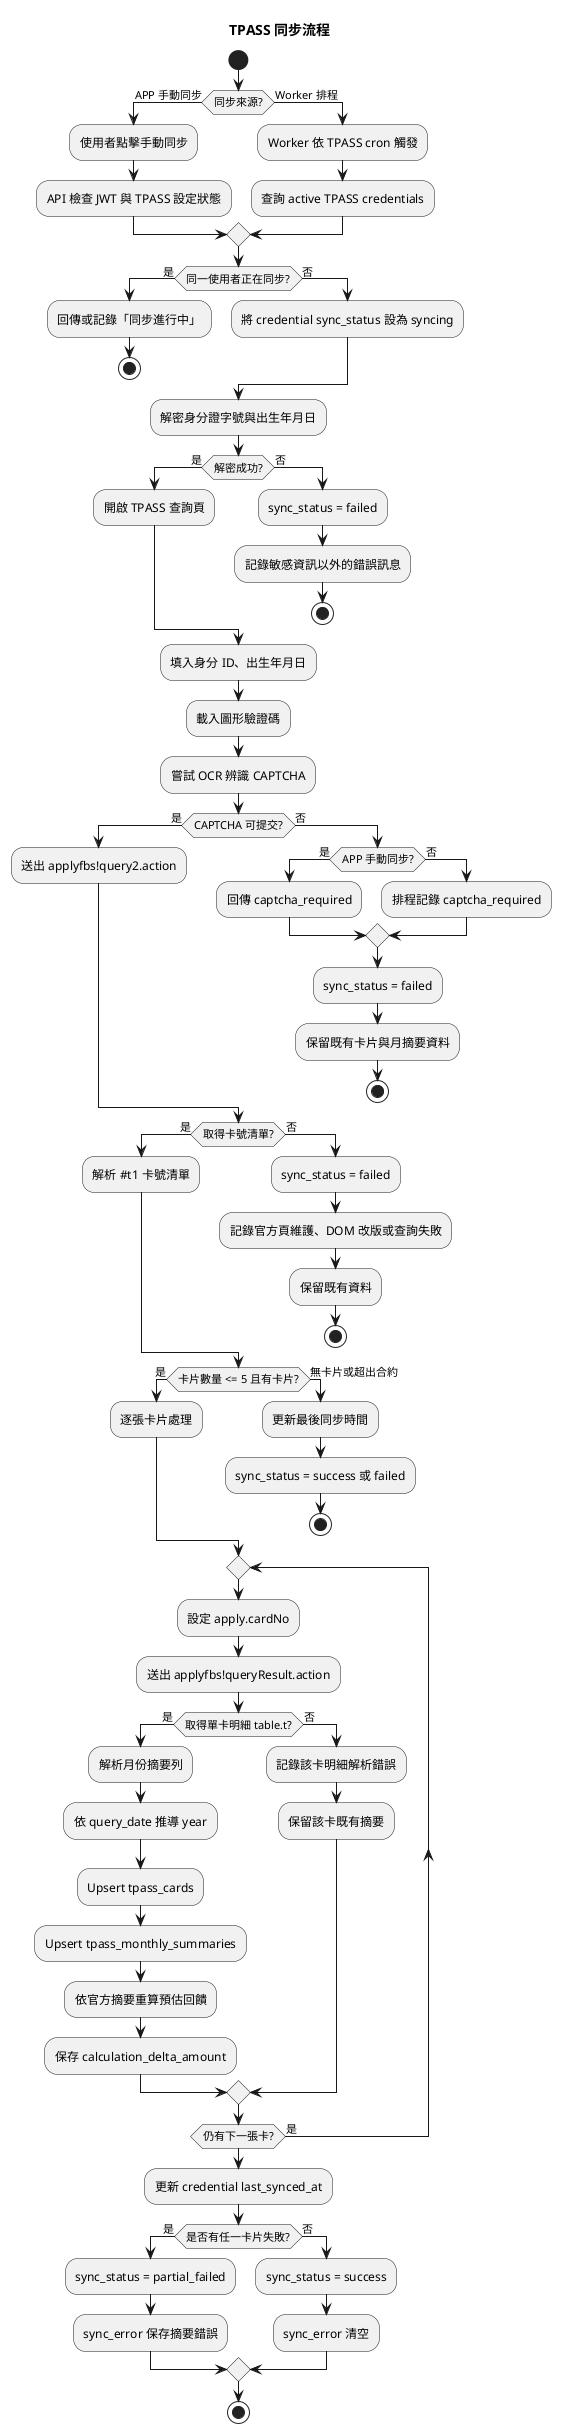
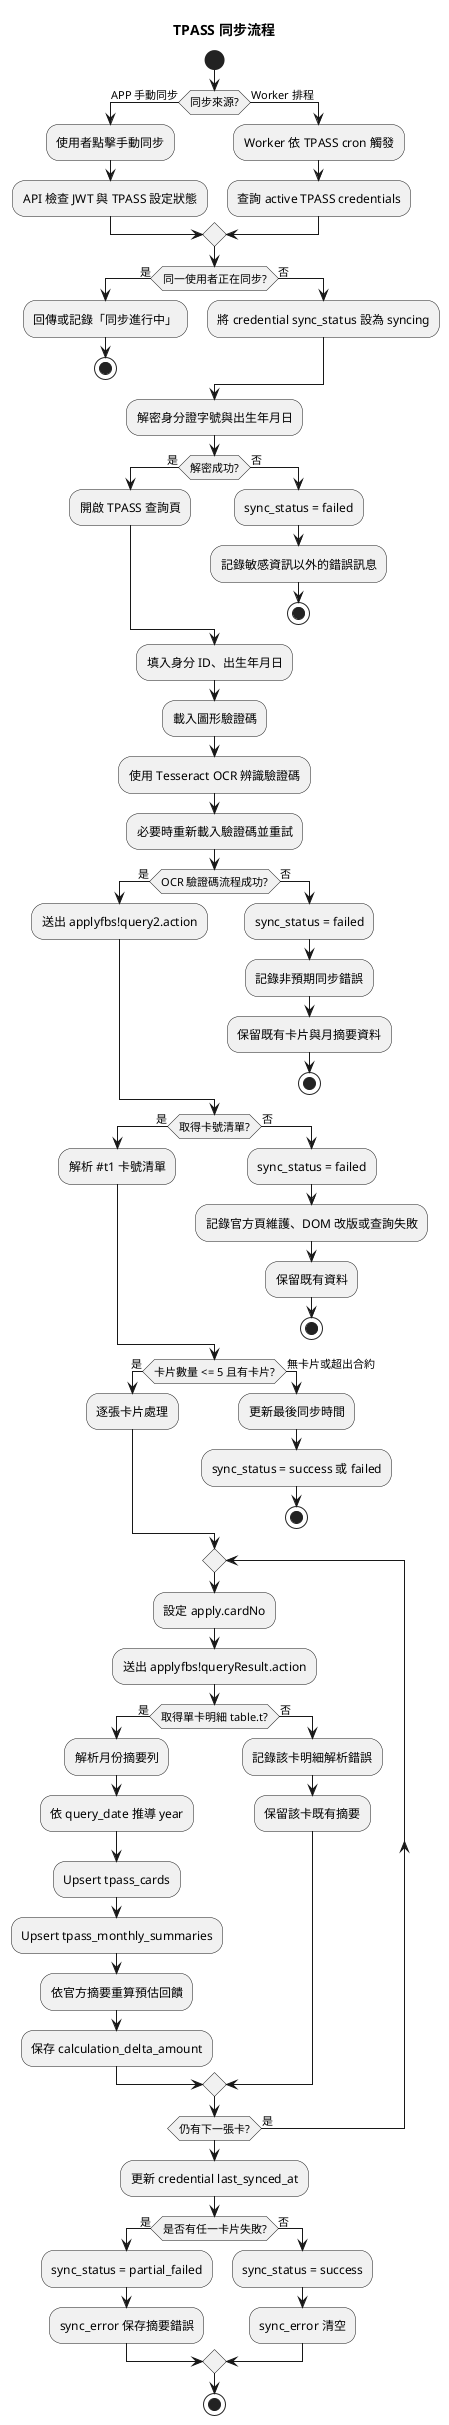
@startuml
title TPASS 同步流程

start

if (同步來源?) then (APP 手動同步)
  :使用者點擊手動同步;
  :API 檢查 JWT 與 TPASS 設定狀態;
else (Worker 排程)
  :Worker 依 TPASS cron 觸發;
  :查詢 active TPASS credentials;
endif

if (同一使用者正在同步?) then (是)
  :回傳或記錄「同步進行中」;
  stop
else (否)
  :將 credential sync_status 設為 syncing;
endif

:解密身分證字號與出生年月日;

if (解密成功?) then (是)
  :開啟 TPASS 查詢頁;
else (否)
  :sync_status = failed;
  :記錄敏感資訊以外的錯誤訊息;
  stop
endif

:填入身分 ID、出生年月日;
:載入圖形驗證碼;
- :嘗試 OCR 辨識 CAPTCHA;
+ :使用 Tesseract OCR 辨識驗證碼;
+ :必要時重新載入驗證碼並重試;

- if (CAPTCHA 可提交?) then (是)
+ if (OCR 驗證碼流程成功?) then (是)
  :送出 applyfbs!query2.action;
else (否)
-   if (APP 手動同步?) then (是)
-     :回傳 captcha_required;
-   else (否)
-     :排程記錄 captcha_required;
-   endif
  :sync_status = failed;
+   :記錄非預期同步錯誤;
  :保留既有卡片與月摘要資料;
  stop
endif

if (取得卡號清單?) then (是)
  :解析 #t1 卡號清單;
else (否)
  :sync_status = failed;
  :記錄官方頁維護、DOM 改版或查詢失敗;
  :保留既有資料;
  stop
endif

if (卡片數量 <= 5 且有卡片?) then (是)
  :逐張卡片處理;
else (無卡片或超出合約)
  :更新最後同步時間;
  :sync_status = success 或 failed;
  stop
endif

repeat
  :設定 apply.cardNo;
  :送出 applyfbs!queryResult.action;

  if (取得單卡明細 table.t?) then (是)
    :解析月份摘要列;
    :依 query_date 推導 year;
    :Upsert tpass_cards;
    :Upsert tpass_monthly_summaries;
    :依官方摘要重算預估回饋;
    :保存 calculation_delta_amount;
  else (否)
    :記錄該卡明細解析錯誤;
    :保留該卡既有摘要;
  endif
repeat while (仍有下一張卡?) is (是)

:更新 credential last_synced_at;

if (是否有任一卡片失敗?) then (是)
  :sync_status = partial_failed;
  :sync_error 保存摘要錯誤;
else (否)
  :sync_status = success;
  :sync_error 清空;
endif

stop

@enduml
